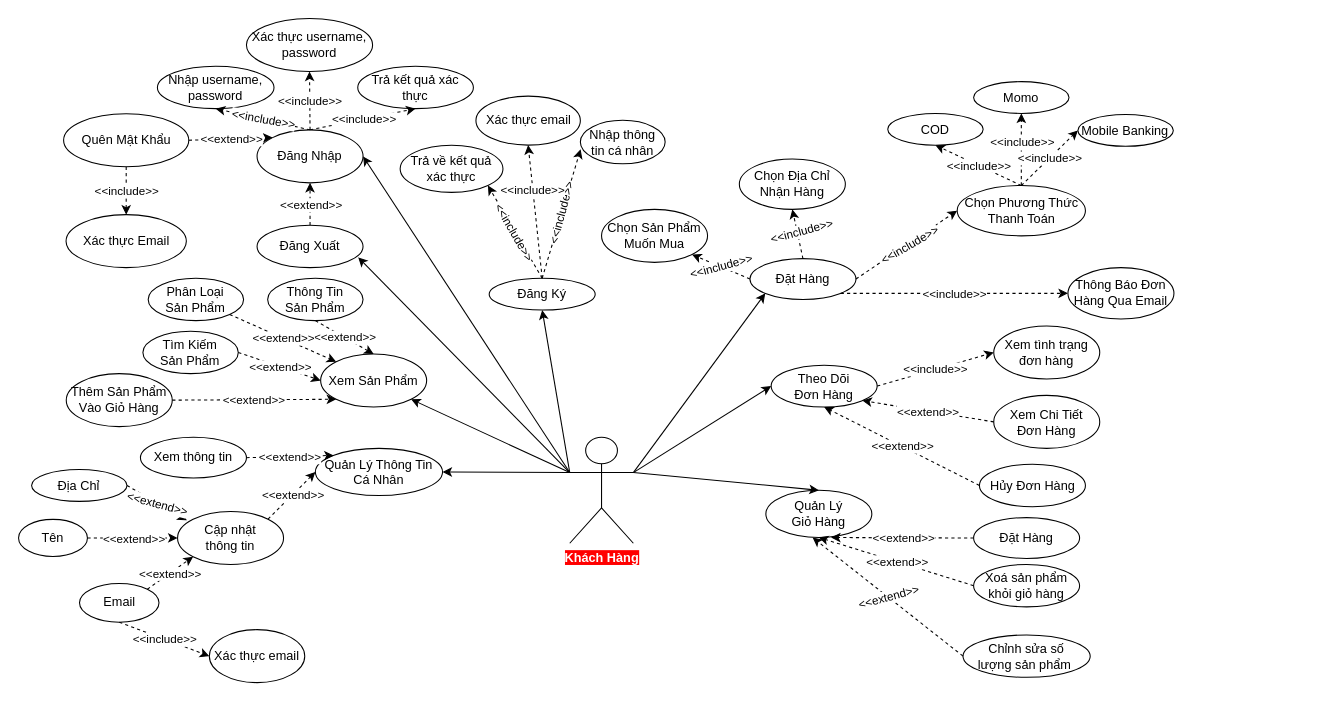
Earlier version of the draw.io diagram page "Use Case" (2 of 5) of Documentation/Usecase-Admin-User.drawio (VoQuangTuong185/DoAnTotNghiep). Source tidied: cells renumbered, new cells numbered last; positions are measured from the earlier drawing's top-left corner, leaving out a move shared by most shapes. Both pictures are drawn from the tidied source at 106%, with x=0, y=0 at pixel (18, 18).
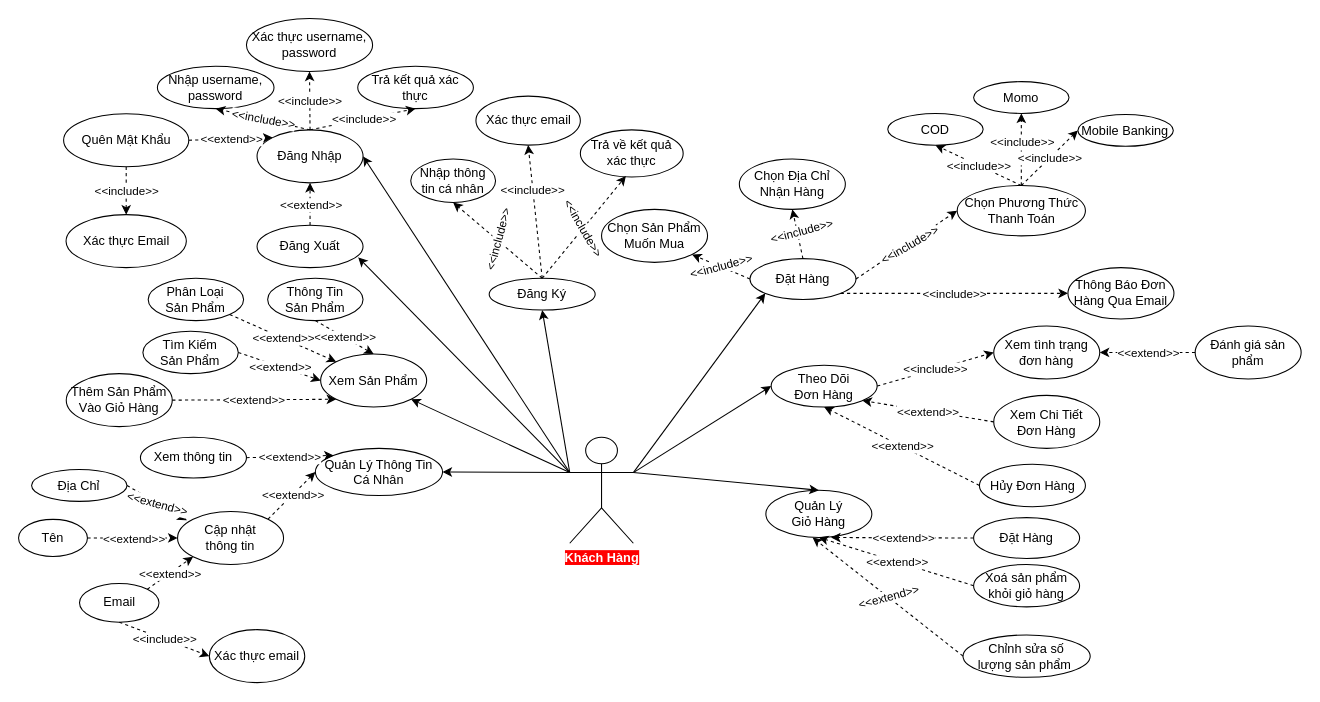
After the change.

Unchanged cells that the change refers to:
```xml
<mxCell id="37" value="Đăng Ký&lt;br&gt;" style="ellipse;whiteSpace=wrap;html=1;" parent="1" vertex="1">
  <mxGeometry x="444" y="245" width="100" height="30" as="geometry" />
</mxCell>
<mxCell id="41" value="Xem tình trạng đơn hàng" style="ellipse;whiteSpace=wrap;html=1;" parent="1" vertex="1">
  <mxGeometry x="920" y="290" width="100" height="50" as="geometry" />
</mxCell>
```

What changed in the source:
```diff
@@
     <mxCell id="42" value="Nhập thông tin cá nhân" style="ellipse;whiteSpace=wrap;html=1;" parent="1" vertex="1">
-      <mxGeometry x="530" y="96" width="80" height="41" as="geometry" />
+      <mxGeometry x="370" y="132.5" width="80" height="41" as="geometry" />
     </mxCell>
@@
     <mxCell id="44" value="Trả về kết quả xác thực" style="ellipse;whiteSpace=wrap;html=1;" parent="1" vertex="1">
-      <mxGeometry x="360" y="119.5" width="97" height="44.5" as="geometry" />
+      <mxGeometry x="530" y="105" width="97" height="44.5" as="geometry" />
     </mxCell>
@@
-    <mxCell id="83" style="endArrow=classic;html=1;rounded=0;dashed=1;exitX=0.5;exitY=0;exitDx=0;exitDy=0;entryX=0.003;entryY=0.666;entryDx=0;entryDy=0;entryPerimeter=0;" parent="1" edge="1" source="37" target="42">
+    <mxCell id="83" style="endArrow=classic;html=1;rounded=0;dashed=1;exitX=0.5;exitY=0;exitDx=0;exitDy=0;entryX=0.5;entryY=1;entryDx=0;entryDy=0;" parent="1" edge="1" source="37" target="42">
       <mxGeometry relative="1" as="geometry" />
     </mxCell>
@@
-    <mxCell id="87" style="endArrow=classic;html=1;rounded=0;dashed=1;exitX=0.5;exitY=0;exitDx=0;exitDy=0;entryX=1;entryY=1;entryDx=0;entryDy=0;" parent="1" edge="1" source="37" target="44">
+    <mxCell id="87" style="endArrow=classic;html=1;rounded=0;dashed=1;exitX=0.5;exitY=0;exitDx=0;exitDy=0;entryX=0.443;entryY=0.98;entryDx=0;entryDy=0;entryPerimeter=0;" parent="1" edge="1" source="37" target="44">
       <mxGeometry relative="1" as="geometry" />
     </mxCell>
@@
+    <mxCell id="114" value="Đánh giá sản phẩm" style="ellipse;whiteSpace=wrap;html=1;" parent="1" vertex="1">
+      <mxGeometry x="1110" y="290" width="100" height="50" as="geometry" />
+    </mxCell>
+    <mxCell id="115" style="endArrow=classic;html=1;rounded=0;dashed=1;entryX=1;entryY=0.5;entryDx=0;entryDy=0;exitX=0;exitY=0.5;exitDx=0;exitDy=0;" parent="1" edge="1" source="114" target="41">
+      <mxGeometry relative="1" as="geometry" />
+    </mxCell>
+    <mxCell id="116" value="&amp;lt;&amp;lt;extend&amp;gt;&amp;gt;" style="edgeLabel;html=1;align=center;verticalAlign=middle;" parent="115" vertex="1">
+      <mxGeometry relative="1" as="geometry" />
+    </mxCell>
```
